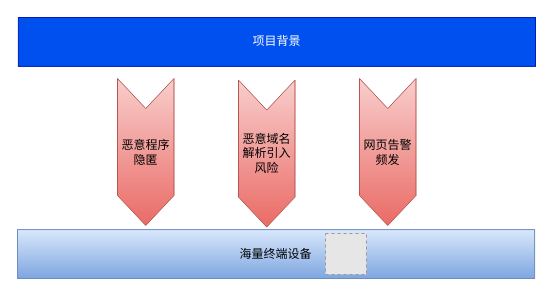
Before: page "第 14 页" (14 of 16) of drawio/dns.drawio in raingnight/Blog_Pic, a draw.io diagram. Source tidied: cells renumbered, new cells numbered last; positions are measured from the earlier drawing's top-left corner, leaving out a move shared by most shapes. Both pictures are drawn from the tidied source at 100%, with x=0, y=0 at pixel (17, 17). Pictures stored in the file or linked from it are replaced by grey dashed boxes.
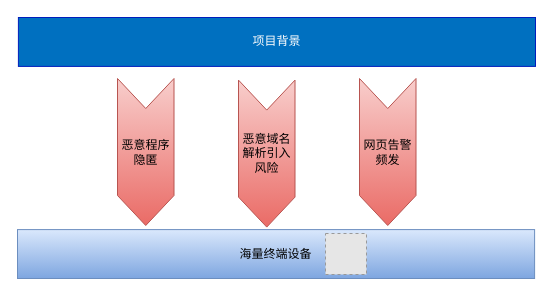
After the change.

Diff of the diagram source:
```diff
@@
 <mxGraphModel>
   <root>
     <mxCell id="0" />
     <mxCell id="1" parent="0" />
     <mxCell id="2" value="海量终端设备" style="rounded=0;whiteSpace=wrap;html=1;fillColor=#dae8fc;gradientColor=#7ea6e0;strokeColor=#6c8ebf;" parent="1" vertex="1">
       <mxGeometry y="212.1" width="517.1" height="48.9" as="geometry" />
     </mxCell>
     <mxCell id="3" value="恶意程序&lt;br&gt;隐匿" style="html=1;shadow=0;dashed=0;align=center;verticalAlign=middle;shape=mxgraph.arrows2.arrow;dy=0;dx=30;notch=30;direction=south;fillColor=#f8cecc;gradientColor=#ea6b66;strokeColor=#b85450;gradientDirection=east;" parent="1" vertex="1">
       <mxGeometry x="100" y="61" width="56.5" height="147" as="geometry" />
     </mxCell>
-    <mxCell id="4" value="项目背景" style="rounded=0;whiteSpace=wrap;html=1;fillColor=#0050ef;strokeColor=#001DBC;fontColor=#ffffff;" parent="1" vertex="1">
+    <mxCell id="4" value="项目背景" style="rounded=0;whiteSpace=wrap;html=1;fillColor=#0070C0;strokeColor=#001DBC;fontColor=#ffffff;" parent="1" vertex="1">
       <mxGeometry x="0.9" width="517.1" height="48.9" as="geometry" />
     </mxCell>
     <mxCell id="5" value="恶意域名&lt;br&gt;解析引入&lt;br&gt;风险" style="html=1;shadow=0;dashed=0;align=center;verticalAlign=middle;shape=mxgraph.arrows2.arrow;dy=0;dx=30;notch=30;direction=south;fillColor=#f8cecc;gradientColor=#ea6b66;strokeColor=#b85450;gradientDirection=east;" parent="1" vertex="1">
       <mxGeometry x="221" y="62.6" width="56.5" height="147" as="geometry" />
     </mxCell>
     <mxCell id="6" value="网页告警&lt;br&gt;频发" style="html=1;shadow=0;dashed=0;align=center;verticalAlign=middle;shape=mxgraph.arrows2.arrow;dy=0;dx=30;notch=30;direction=south;fillColor=#f8cecc;gradientColor=#ea6b66;strokeColor=#b85450;gradientDirection=east;" parent="1" vertex="1">
       <mxGeometry x="342" y="61" width="56.5" height="147" as="geometry" />
     </mxCell>
     <mxCell id="7" style="fillColor=#E6E6E6;strokeColor=#999999;dashed=1;html=1;verticalAlign=top;verticalLabelPosition=bottom;labelBackgroundColor=#ffffff;" parent="1" vertex="1">
       <mxGeometry x="308" y="216" width="41" height="41" as="geometry" />
     </mxCell>
   </root>
 </mxGraphModel>
```
